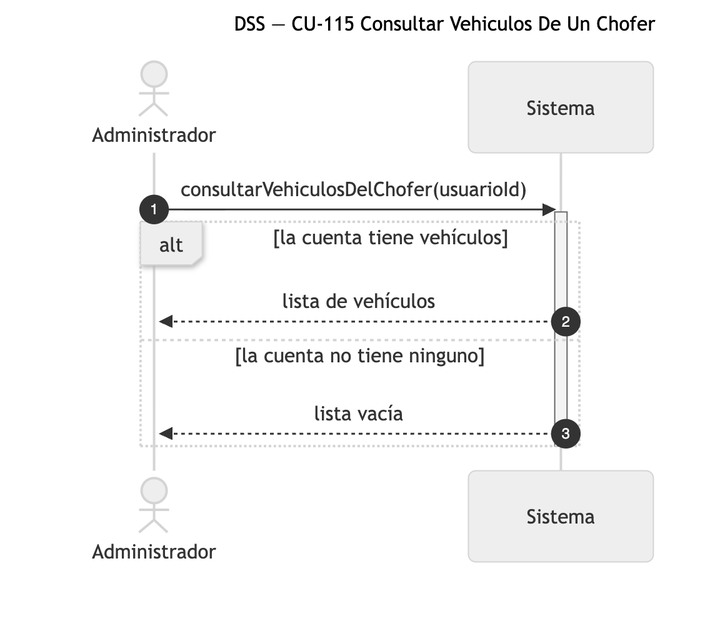
Above: diagramas/png/DSS_CU-115_Consultar-Vehiculos-De-Un-Chofer.png in Nahuelito-Dev/splg-docs (Mermaid), before the change. Its source is kept beside it as diagramas/DSS_CU-115_Consultar-Vehiculos-De-Un-Chofer.mmd. Source of this version:
```mermaid
sequenceDiagram
    title DSS — CU-115 Consultar Vehiculos De Un Chofer
    autonumber
    actor ADM as Administrador
    participant SIS as Sistema

    ADM->>SIS: consultarVehiculosDelChofer(usuarioId)
    activate SIS
    alt la cuenta tiene vehículos
        SIS-->>ADM: lista de vehículos
    else la cuenta no tiene ninguno
        SIS-->>ADM: lista vacía
    end
    deactivate SIS
```
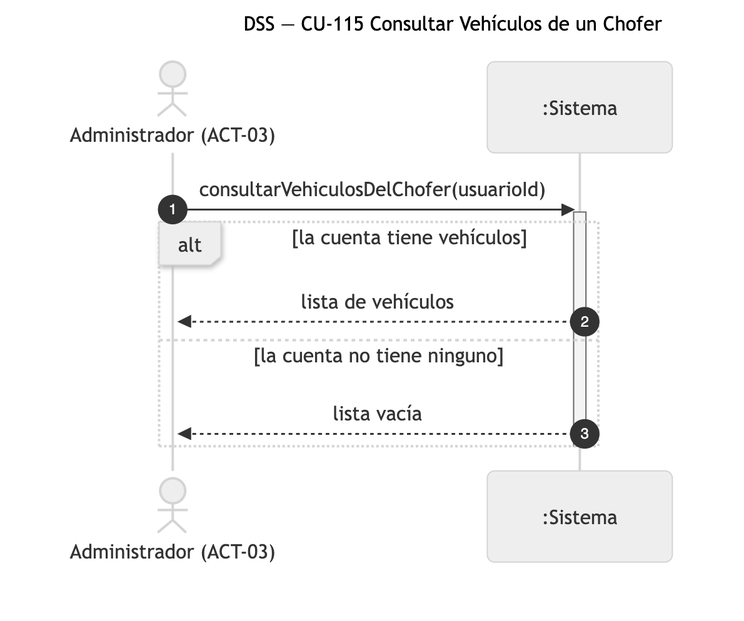
Later version of the same file.

Change to the diagram source:
```diff
@@ -1,8 +1,8 @@
 sequenceDiagram
-    title DSS — CU-115 Consultar Vehiculos De Un Chofer
+    title DSS — CU-115 Consultar Vehículos de un Chofer
     autonumber
-    actor ADM as Administrador
-    participant SIS as Sistema
+    actor ADM as Administrador (ACT-03)
+    participant SIS as :Sistema
 
     ADM->>SIS: consultarVehiculosDelChofer(usuarioId)
     activate SIS
```
